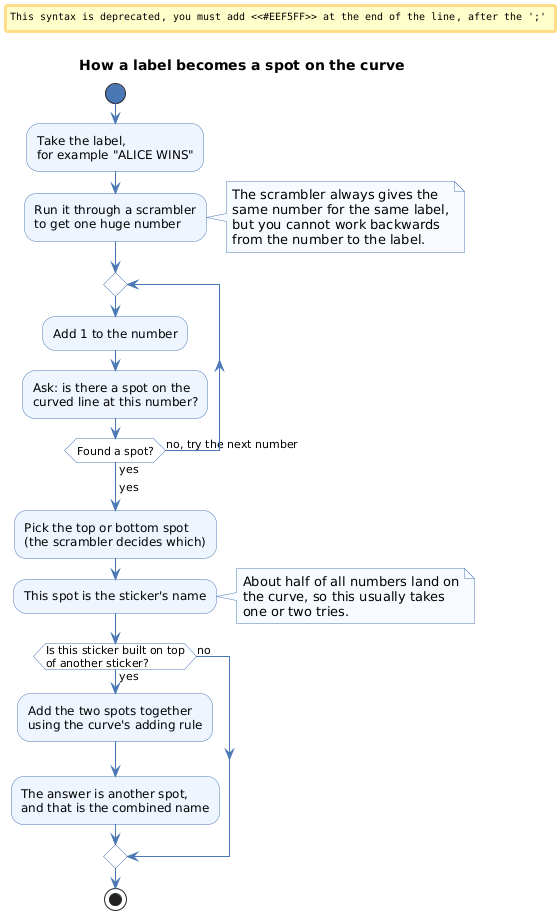
Above: assets/article/blockchain/defi/conditional-tokens/conditional-tokens-eli10-name-from-label-workflow.png in rya-sge/access-denied (PlantUML), before the change. Its diagram source:
```plantuml
@startuml
title How a label becomes a spot on the curve
skinparam shadowing false
skinparam ArrowColor #4A78B5
skinparam activity {
  BackgroundColor #EEF5FF
  BorderColor #4A78B5
  DiamondBackgroundColor #FFFFFF
  DiamondBorderColor #4A78B5
  StartColor #4A78B5
  EndColor #4A78B5
}
skinparam note {
  BackgroundColor #F7FAFF
  BorderColor #4A78B5
}

start
:Take the label,\nfor example "ALICE WINS";
:Run it through a scrambler\nto get one huge number;

note right
  The scrambler always gives the
  same number for the same label,
  but you cannot work backwards
  from the number to the label.
end note

repeat
  :Add 1 to the number;
  :Ask: is there a spot on the\ncurved line at this number?;
repeat while (Found a spot?) is (no, try the next number) not (yes)
->yes;

:Pick the top or bottom spot\n(the scrambler decides which);
#EEF5FF:This spot is the sticker's name;

note right
  About half of all numbers land on
  the curve, so this usually takes
  one or two tries.
end note

if (Is this sticker built on top\nof another sticker?) then (yes)
  :Add the two spots together\nusing the curve's adding rule;
  :The answer is another spot,\nand that is the combined name;
else (no)
endif

stop
@enduml
```
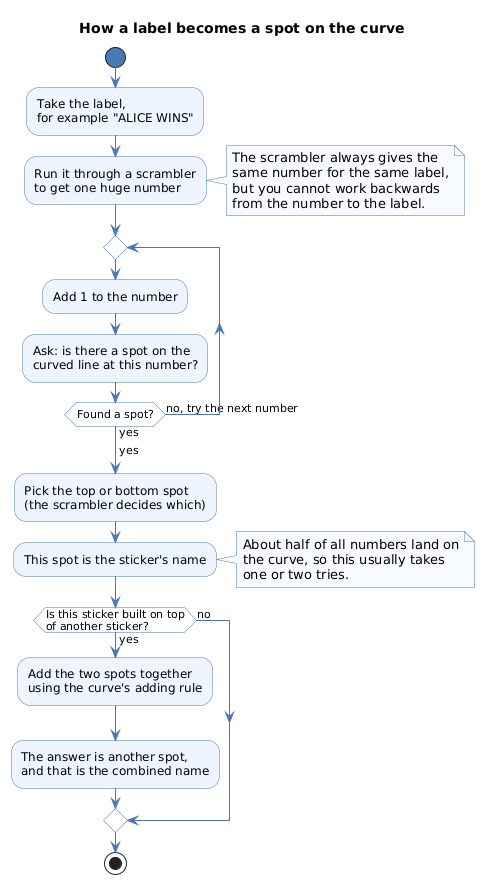
After the change.

Diff of the diagram source:
```diff
@@ -33,7 +33,7 @@
 ->yes;
 
 :Pick the top or bottom spot\n(the scrambler decides which);
-#EEF5FF:This spot is the sticker's name;
+:This spot is the sticker's name;<<#EEF5FF>>
 
 note right
   About half of all numbers land on
```
